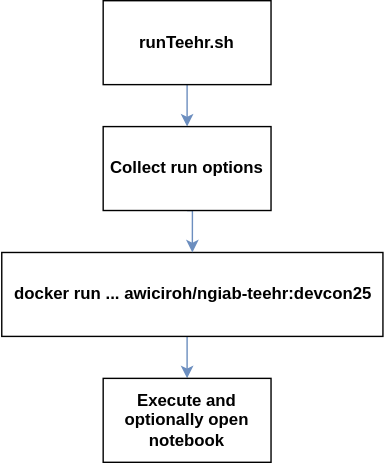
Earlier version of the draw.io export materials/images/runTeehr_overview.svg (RTIInternational/teehr-devcon25-workshop). Source tidied: cells renumbered, new cells last; positions are measured from the earlier drawing's top-left corner, leaving out a move shared by most shapes. Source of this version:
```xml
<mxGraphModel>
  <root>
    <mxCell id="0" />
    <mxCell id="1" parent="0" />
    <mxCell id="2" style="edgeStyle=orthogonalEdgeStyle;rounded=0;jettySize=auto;html=1;exitX=0.5;exitY=1;exitDx=0;exitDy=0;entryX=0.5;entryY=0;entryDx=0;entryDy=0;fillColor=#dae8fc;strokeColor=#6c8ebf;" parent="1" edge="1" source="3" target="7">
      <mxGeometry relative="1" as="geometry" />
    </mxCell>
    <mxCell id="3" value="&lt;b&gt;runTeehr.sh&lt;/b&gt;" style="rounded=0;whiteSpace=wrap;html=1;" parent="1" vertex="1">
      <mxGeometry x="72" width="120" height="60" as="geometry" />
    </mxCell>
    <mxCell id="4" style="edgeStyle=orthogonalEdgeStyle;rounded=0;jettySize=auto;html=1;exitX=0.5;exitY=1;exitDx=0;exitDy=0;entryX=0.5;entryY=0;entryDx=0;entryDy=0;fillColor=#dae8fc;strokeColor=#6c8ebf;" parent="1" edge="1" source="5" target="8">
      <mxGeometry relative="1" as="geometry" />
    </mxCell>
    <mxCell id="5" value="&lt;b&gt;docker run ... awiciroh/ngiab-teehr:devcon25&lt;/b&gt;" style="rounded=0;whiteSpace=wrap;html=1;" parent="1" vertex="1">
      <mxGeometry x="-0.5" y="180" width="272.5" height="60" as="geometry" />
    </mxCell>
    <mxCell id="6" style="edgeStyle=orthogonalEdgeStyle;rounded=0;jettySize=auto;html=1;exitX=0.5;exitY=1;exitDx=0;exitDy=0;entryX=0.5;entryY=0;entryDx=0;entryDy=0;fillColor=#dae8fc;strokeColor=#6c8ebf;" parent="1" edge="1" source="7" target="5">
      <mxGeometry relative="1" as="geometry" />
    </mxCell>
    <mxCell id="7" value="&lt;b&gt;Collect run options&lt;/b&gt;" style="rounded=0;whiteSpace=wrap;html=1;" parent="1" vertex="1">
      <mxGeometry x="72" y="90" width="120" height="60" as="geometry" />
    </mxCell>
    <mxCell id="8" value="&lt;b&gt;Execute and optionally open notebook&lt;/b&gt;" style="rounded=0;whiteSpace=wrap;html=1;" parent="1" vertex="1">
      <mxGeometry x="72" y="270" width="120" height="60" as="geometry" />
    </mxCell>
  </root>
</mxGraphModel>
```
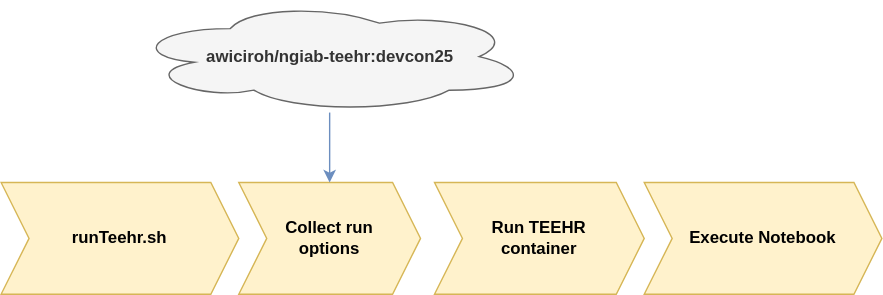
The same diagram one commit later.

What changed in the source:
```diff
@@ -2,26 +2,23 @@
   <root>
     <mxCell id="0" />
     <mxCell id="1" parent="0" />
-    <mxCell id="2" style="edgeStyle=orthogonalEdgeStyle;rounded=0;jettySize=auto;html=1;exitX=0.5;exitY=1;exitDx=0;exitDy=0;entryX=0.5;entryY=0;entryDx=0;entryDy=0;fillColor=#dae8fc;strokeColor=#6c8ebf;" parent="1" edge="1" source="3" target="7">
-      <mxGeometry relative="1" as="geometry" />
-    </mxCell>
-    <mxCell id="3" value="&lt;b&gt;runTeehr.sh&lt;/b&gt;" style="rounded=0;whiteSpace=wrap;html=1;" parent="1" vertex="1">
-      <mxGeometry x="72" width="120" height="60" as="geometry" />
+    <mxCell id="3" value="&lt;b&gt;runTeehr.sh&lt;/b&gt;" style="shape=step;perimeter=stepPerimeter;whiteSpace=wrap;html=1;fixedSize=1;fillColor=#fff2cc;strokeColor=#d6b656;" parent="1" vertex="1">
+      <mxGeometry x="82" y="-120" width="170" height="80" as="geometry" />
     </mxCell>
-    <mxCell id="4" style="edgeStyle=orthogonalEdgeStyle;rounded=0;jettySize=auto;html=1;exitX=0.5;exitY=1;exitDx=0;exitDy=0;entryX=0.5;entryY=0;entryDx=0;entryDy=0;fillColor=#dae8fc;strokeColor=#6c8ebf;" parent="1" edge="1" source="5" target="8">
-      <mxGeometry relative="1" as="geometry" />
-    </mxCell>
-    <mxCell id="5" value="&lt;b&gt;docker run ... awiciroh/ngiab-teehr:devcon25&lt;/b&gt;" style="rounded=0;whiteSpace=wrap;html=1;" parent="1" vertex="1">
-      <mxGeometry x="-0.5" y="180" width="272.5" height="60" as="geometry" />
-    </mxCell>
-    <mxCell id="6" style="edgeStyle=orthogonalEdgeStyle;rounded=0;jettySize=auto;html=1;exitX=0.5;exitY=1;exitDx=0;exitDy=0;entryX=0.5;entryY=0;entryDx=0;entryDy=0;fillColor=#dae8fc;strokeColor=#6c8ebf;" parent="1" edge="1" source="7" target="5">
-      <mxGeometry relative="1" as="geometry" />
-    </mxCell>
-    <mxCell id="7" value="&lt;b&gt;Collect run options&lt;/b&gt;" style="rounded=0;whiteSpace=wrap;html=1;" parent="1" vertex="1">
-      <mxGeometry x="72" y="90" width="120" height="60" as="geometry" />
+    <mxCell id="7" value="&lt;b&gt;Collect run&lt;/b&gt;&lt;div&gt;&lt;b&gt;options&lt;/b&gt;&lt;/div&gt;" style="shape=step;perimeter=stepPerimeter;whiteSpace=wrap;html=1;fixedSize=1;fillColor=#fff2cc;strokeColor=#d6b656;" parent="1" vertex="1">
+      <mxGeometry x="252" y="-120" width="130" height="80" as="geometry" />
     </mxCell>
-    <mxCell id="8" value="&lt;b&gt;Execute and optionally open notebook&lt;/b&gt;" style="rounded=0;whiteSpace=wrap;html=1;" parent="1" vertex="1">
-      <mxGeometry x="72" y="270" width="120" height="60" as="geometry" />
-    </mxCell>
+    <mxCell id="9" value="&lt;b&gt;Run TEEHR&lt;/b&gt;&lt;div&gt;&lt;b&gt;container&lt;/b&gt;&lt;/div&gt;" style="shape=step;perimeter=stepPerimeter;whiteSpace=wrap;html=1;fixedSize=1;fillColor=#fff2cc;strokeColor=#d6b656;" parent="1" vertex="1">
+      <mxGeometry x="392" y="-120" width="150" height="80" as="geometry" />
+    </mxCell>
+    <mxCell id="10" value="&lt;b&gt;Execute Notebook&lt;/b&gt;" style="shape=step;perimeter=stepPerimeter;whiteSpace=wrap;html=1;fixedSize=1;fillColor=#fff2cc;strokeColor=#d6b656;" parent="1" vertex="1">
+      <mxGeometry x="542" y="-120" width="170" height="80" as="geometry" />
+    </mxCell>
+    <mxCell id="11" style="edgeStyle=orthogonalEdgeStyle;rounded=0;jettySize=auto;html=1;entryX=0.5;entryY=0;entryDx=0;entryDy=0;fillColor=#dae8fc;strokeColor=#6c8ebf;" parent="1" edge="1" source="12" target="7">
+      <mxGeometry relative="1" as="geometry" />
+    </mxCell>
+    <mxCell id="12" value="&lt;b style=&quot;color: rgb(51, 51, 51);&quot;&gt;awiciroh/ngiab-teehr:devcon25&lt;/b&gt;" style="ellipse;shape=cloud;whiteSpace=wrap;html=1;fillColor=#f5f5f5;fontColor=#333333;strokeColor=#666666;" parent="1" vertex="1">
+      <mxGeometry x="174.5" y="-250" width="285" height="80" as="geometry" />
+    </mxCell>
   </root>
 </mxGraphModel>
```
